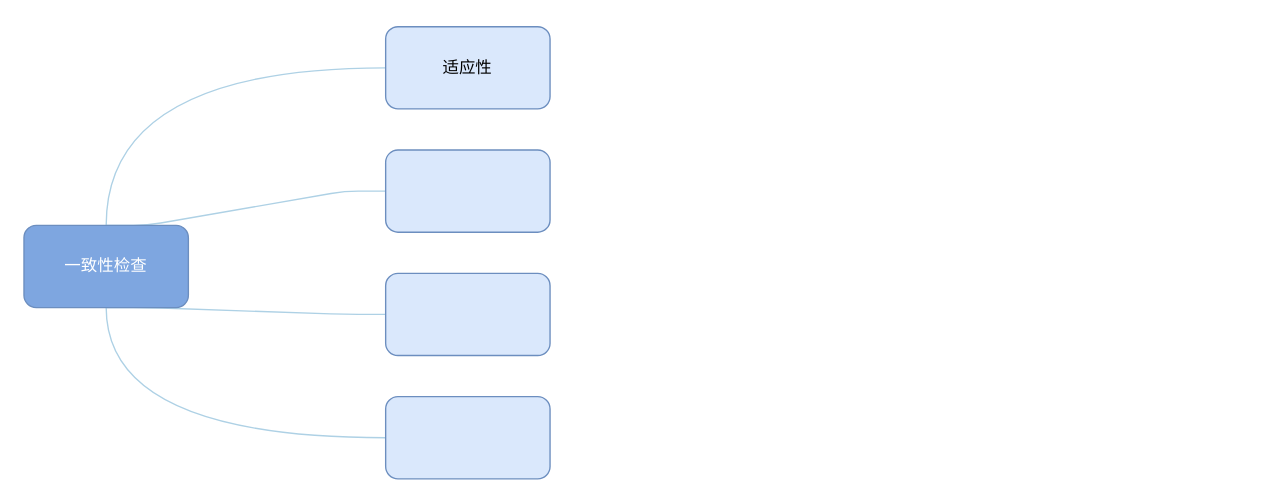
Before: src/com/company/xueshu.drawio in asshin/drawIo-piture, a draw.io diagram. Source tidied: cells renumbered, new cells numbered last; positions are measured from the earlier drawing's top-left corner, leaving out a move shared by most shapes. Both pictures are drawn from the tidied source at 137%, with x=0, y=0 at pixel (23, 26).
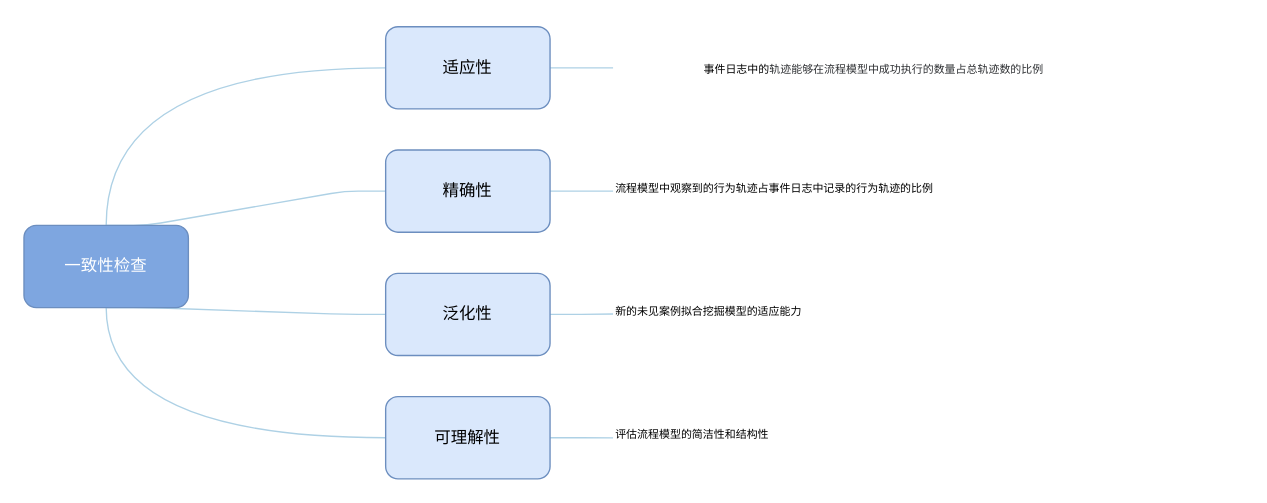
Above is the later version.

The change refers to these unchanged cells:
```xml
<mxCell id="10" value="适应性" style="rounded=1;whiteSpace=wrap;html=1;fillColor=#dae8fc;strokeColor=#6c8ebf;" parent="1" vertex="1">
  <mxGeometry x="264" width="120" height="60" as="geometry" />
</mxCell>
```

Diff of the diagram source:
```diff
@@
+    <mxCell id="11" style="edgeStyle=orthogonalEdgeStyle;rounded=0;jettySize=auto;html=1;exitX=1;exitY=0.5;exitDx=0;exitDy=0;strokeColor=#AED1E5;endArrow=none;endFill=0;" parent="1" edge="1" source="7">
+      <mxGeometry relative="1" as="geometry">
+        <mxPoint x="430" y="120" as="targetPoint" />
+      </mxGeometry>
+    </mxCell>
-    <mxCell id="7" style="rounded=1;whiteSpace=wrap;html=1;fillColor=#dae8fc;strokeColor=#6c8ebf;" parent="1" vertex="1">
+    <mxCell id="7" value="精确性" style="rounded=1;whiteSpace=wrap;html=1;fillColor=#dae8fc;strokeColor=#6c8ebf;" parent="1" vertex="1">
       <mxGeometry x="264" y="90" width="120" height="60" as="geometry" />
     </mxCell>
+    <mxCell id="12" style="edgeStyle=orthogonalEdgeStyle;rounded=0;jettySize=auto;html=1;exitX=1;exitY=0.5;exitDx=0;exitDy=0;strokeColor=#AED1E5;endArrow=none;endFill=0;" parent="1" edge="1" source="8">
+      <mxGeometry relative="1" as="geometry">
+        <mxPoint x="430" y="209.7" as="targetPoint" />
+      </mxGeometry>
+    </mxCell>
-    <mxCell id="8" style="rounded=1;whiteSpace=wrap;html=1;fillColor=#dae8fc;strokeColor=#6c8ebf;" parent="1" vertex="1">
+    <mxCell id="8" value="泛化性" style="rounded=1;whiteSpace=wrap;html=1;fillColor=#dae8fc;strokeColor=#6c8ebf;" parent="1" vertex="1">
       <mxGeometry x="264" y="180" width="120" height="60" as="geometry" />
     </mxCell>
+    <mxCell id="13" style="edgeStyle=orthogonalEdgeStyle;rounded=0;jettySize=auto;html=1;exitX=1;exitY=0.5;exitDx=0;exitDy=0;strokeColor=#AED1E5;endArrow=none;endFill=0;" parent="1" edge="1" source="9">
+      <mxGeometry relative="1" as="geometry">
+        <mxPoint x="430" y="300.1" as="targetPoint" />
+      </mxGeometry>
+    </mxCell>
-    <mxCell id="9" style="rounded=1;whiteSpace=wrap;html=1;fillColor=#dae8fc;strokeColor=#6c8ebf;" parent="1" vertex="1">
+    <mxCell id="9" value="可理解性" style="rounded=1;whiteSpace=wrap;html=1;fillColor=#dae8fc;strokeColor=#6c8ebf;" parent="1" vertex="1">
       <mxGeometry x="264" y="270" width="120" height="60" as="geometry" />
     </mxCell>
+    <mxCell id="14" style="edgeStyle=orthogonalEdgeStyle;rounded=0;jettySize=auto;html=1;exitX=1;exitY=0.5;exitDx=0;exitDy=0;strokeColor=#AED1E5;endArrow=none;endFill=0;" parent="1" edge="1" source="10">
+      <mxGeometry relative="1" as="geometry">
+        <mxPoint x="430" y="30" as="targetPoint" />
+      </mxGeometry>
+    </mxCell>
@@
+    <mxCell id="15" value="&lt;p style=&quot;line-height: 240%;&quot;&gt;&lt;font style=&quot;font-size: 8px;&quot;&gt;事件日志中的&lt;span style=&quot;line-height: 150%; color: rgb(46, 48, 51); background: white;&quot;&gt;轨迹能够&lt;/span&gt;&lt;span style=&quot;line-height: 150%; color: rgb(46, 48, 51);&quot;&gt;在流程模型中&lt;/span&gt;&lt;span style=&quot;line-height: 150%; color: rgb(46, 48, 51); background: white;&quot;&gt;成功&lt;/span&gt;&lt;span style=&quot;line-height: 150%; color: rgb(46, 48, 51);&quot;&gt;执行的&lt;/span&gt;&lt;span style=&quot;line-height: 150%; color: rgb(46, 48, 51); background: white;&quot;&gt;数量占总轨迹数的&lt;/span&gt;&lt;span style=&quot;line-height: 150%; color: rgb(46, 48, 51);&quot;&gt;比例&lt;/span&gt;&lt;/font&gt;&lt;/p&gt;" style="text;html=1;align=center;verticalAlign=middle;strokeColor=none;fillColor=none;labelPosition=center;verticalLabelPosition=middle;fontFamily=Helvetica;" parent="1" vertex="1">
+      <mxGeometry x="425" y="-2" width="390" height="65" as="geometry" />
+    </mxCell>
+    <mxCell id="16" value="&lt;font style=&quot;font-size: 8px;&quot;&gt;流程模型中观察到的行为轨迹占事件日志中记录的行为轨迹的比例&lt;/font&gt;" style="text;whiteSpace=wrap;html=1;fontFamily=Helvetica;" parent="1" vertex="1">
+      <mxGeometry x="430" y="102.5" width="460" height="35" as="geometry" />
+    </mxCell>
+    <mxCell id="17" value="&lt;font style=&quot;font-size: 8px;&quot;&gt;新的未见案例拟合挖掘模型的适应能力&lt;/font&gt;" style="text;whiteSpace=wrap;html=1;" parent="1" vertex="1">
+      <mxGeometry x="430" y="192.5" width="460" height="35" as="geometry" />
+    </mxCell>
+    <mxCell id="18" value="&lt;font style=&quot;font-size: 8px;&quot;&gt;评估流程模型的简洁性和结构性&lt;/font&gt;" style="text;whiteSpace=wrap;html=1;" parent="1" vertex="1">
+      <mxGeometry x="430" y="282.5" width="460" height="35" as="geometry" />
+    </mxCell>
```
